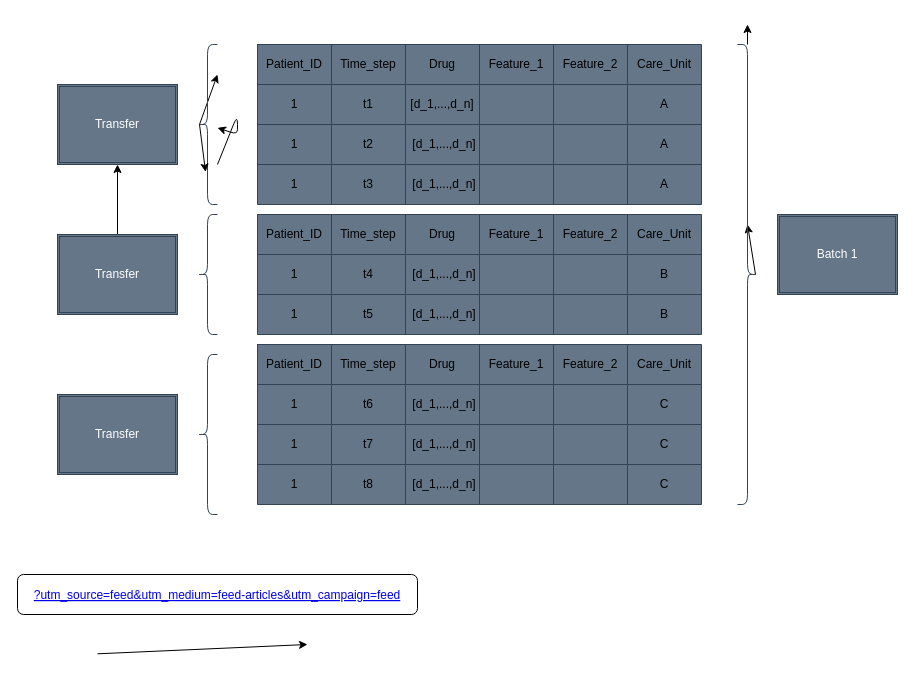
This is page "rnn-input-initial" (3 of 5) of mimic3/visualize/visualize.drawio from karen-gishyan/project, a draw.io file, before an edit. Source tidied: cells renumbered, new cells numbered last; positions are measured from the earlier drawing's top-left corner, leaving out a move shared by most shapes. Both pictures are drawn from the tidied source at 100%, with x=0, y=0 at pixel (17, 24).
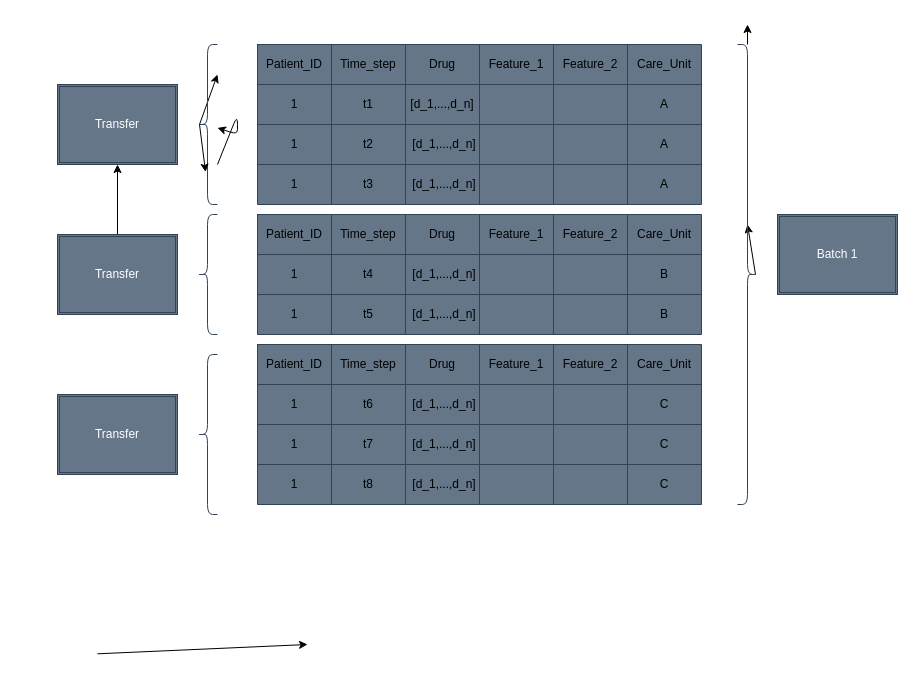
After the change.

Change to the diagram source:
```diff
@@
-    <mxCell id="86" value="?utm_source=feed&amp;utm_medium=feed-articles&amp;utm_campaign=feed" style="fontColor=#0000EE;fontStyle=4;rounded=1;overflow=hidden;spacing=10;" parent="1" vertex="1">
-      <mxGeometry y="550" width="400" height="40" as="geometry" />
-    </mxCell>
```
